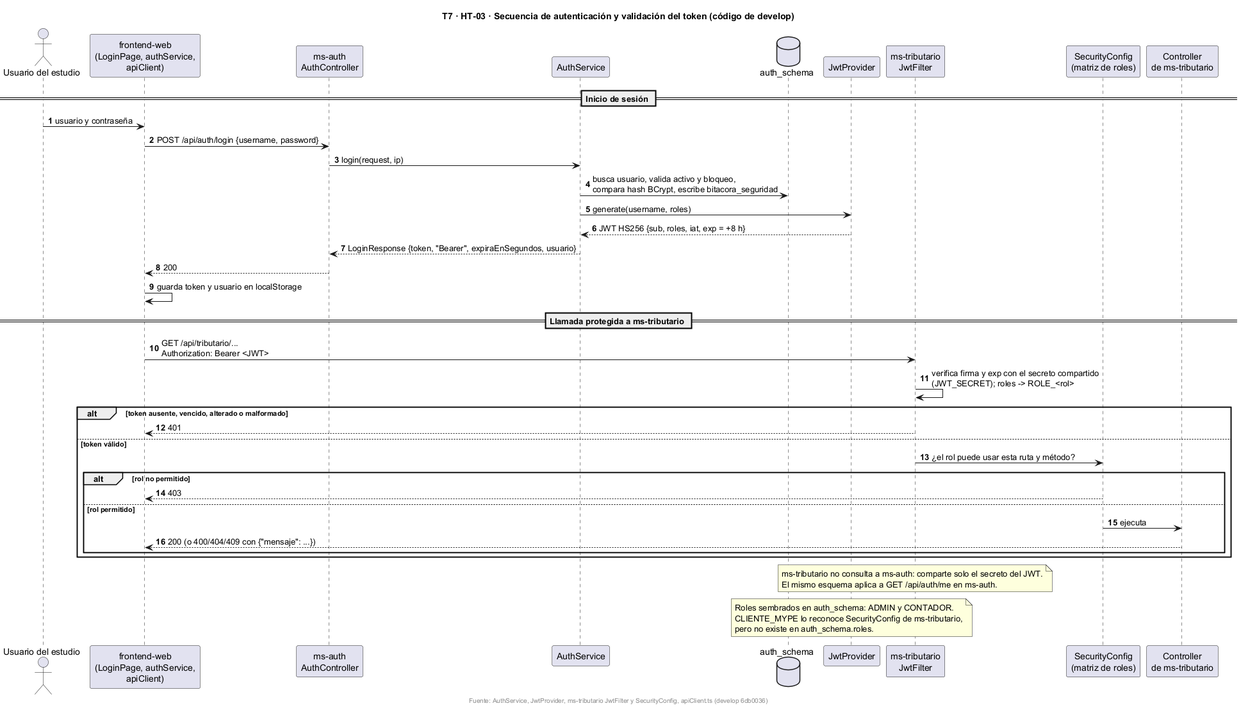
Earlier version of the PlantUML export docs/uml/img/T7-HT03-secuencia-login-token.png (fabianrodriguez33/plus-contable). Source of this version:
```plantuml
@startuml
title T7 · HT-03 · Secuencia de autenticación y validación del token (código de develop)
skinparam shadowing false
autonumber

actor "Usuario del estudio" as U
participant "frontend-web\n(LoginPage, authService,\napiClient)" as FE
participant "ms-auth\nAuthController" as AC
participant "AuthService" as AS
database "auth_schema" as DBA
participant "JwtProvider" as JP
participant "ms-tributario\nJwtFilter" as TF
participant "SecurityConfig\n(matriz de roles)" as SC
participant "Controller\nde ms-tributario" as TC

== Inicio de sesión ==
U -> FE : usuario y contraseña
FE -> AC : POST /api/auth/login {username, password}
AC -> AS : login(request, ip)
AS -> DBA : busca usuario, valida activo y bloqueo,\ncompara hash BCrypt, escribe bitacora_seguridad
AS -> JP : generate(username, roles)
JP --> AS : JWT HS256 {sub, roles, iat, exp = +8 h}
AS --> AC : LoginResponse {token, "Bearer", expiraEnSegundos, usuario}
AC --> FE : 200
FE -> FE : guarda token y usuario en localStorage

== Llamada protegida a ms-tributario ==
FE -> TF : GET /api/tributario/... \nAuthorization: Bearer <JWT>
TF -> TF : verifica firma y exp con el secreto compartido\n(JWT_SECRET); roles -> ROLE_<rol>
alt token ausente, vencido, alterado o malformado
  TF --> FE : 401
else token válido
  TF -> SC : ¿el rol puede usar esta ruta y método?
  alt rol no permitido
    SC --> FE : 403
  else rol permitido
    SC -> TC : ejecuta
    TC --> FE : 200 (o 400/404/409 con {"mensaje": ...})
  end
end

note over TF
  ms-tributario no consulta a ms-auth: comparte solo el secreto del JWT.
  El mismo esquema aplica a GET /api/auth/me en ms-auth.
end note
note over JP
  Roles sembrados en auth_schema: ADMIN y CONTADOR.
  CLIENTE_MYPE lo reconoce SecurityConfig de ms-tributario,
  pero no existe en auth_schema.roles.
end note

footer Fuente: AuthService, JwtProvider, ms-tributario JwtFilter y SecurityConfig, apiClient.ts (develop 6db0036)
@enduml
```
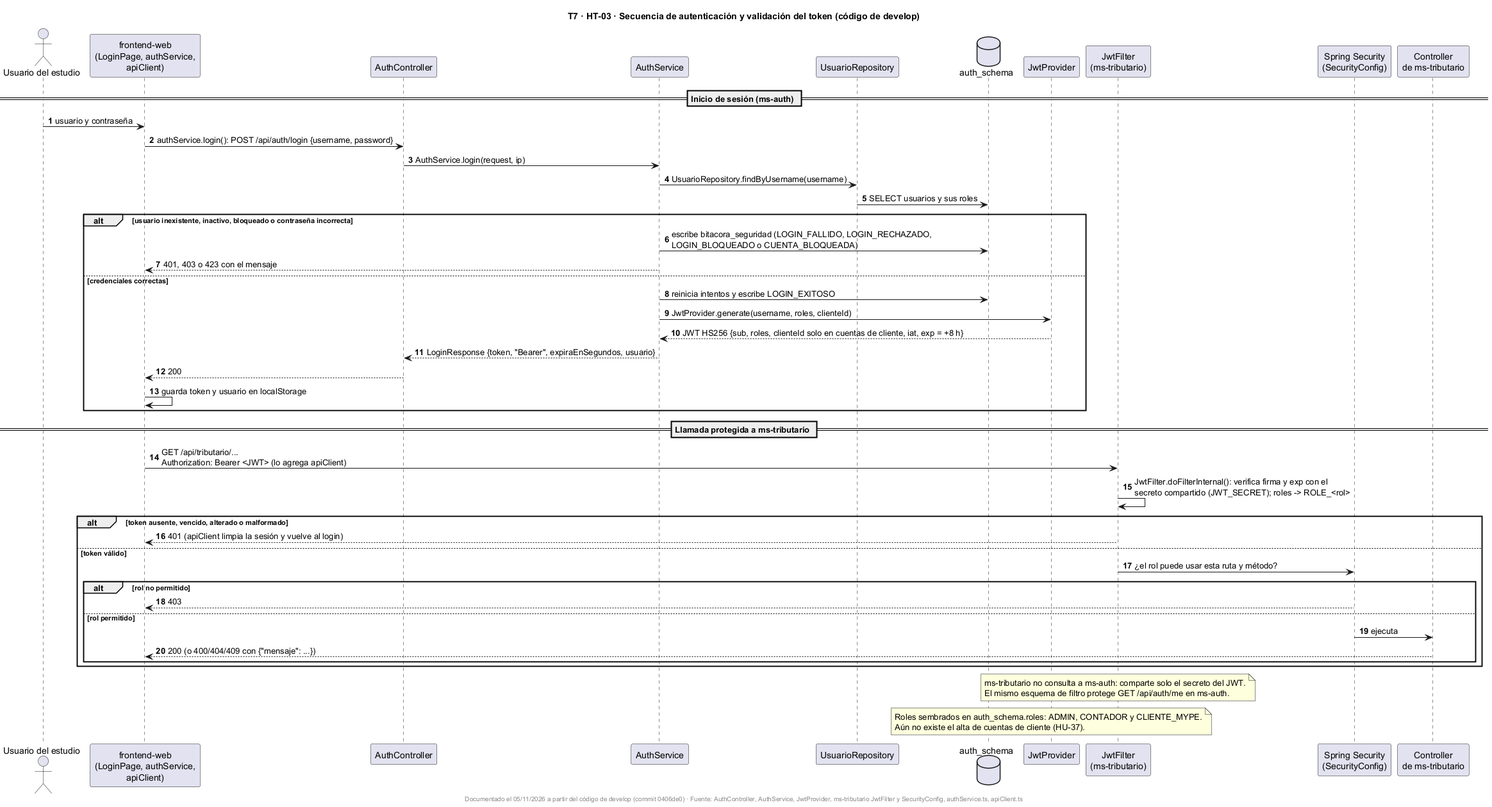
After the commit.

Commit message:
UML: HT-01 y HT-03 documentados a partir del codigo de develop (0406de0)

The edit, as a diff of the source:
```diff
@@ -5,30 +5,38 @@
 
 actor "Usuario del estudio" as U
 participant "frontend-web\n(LoginPage, authService,\napiClient)" as FE
-participant "ms-auth\nAuthController" as AC
+participant "AuthController" as AC
 participant "AuthService" as AS
+participant "UsuarioRepository" as UR
 database "auth_schema" as DBA
 participant "JwtProvider" as JP
-participant "ms-tributario\nJwtFilter" as TF
-participant "SecurityConfig\n(matriz de roles)" as SC
+participant "JwtFilter\n(ms-tributario)" as TF
+participant "Spring Security\n(SecurityConfig)" as SC
 participant "Controller\nde ms-tributario" as TC
 
-== Inicio de sesión ==
+== Inicio de sesión (ms-auth) ==
 U -> FE : usuario y contraseña
-FE -> AC : POST /api/auth/login {username, password}
-AC -> AS : login(request, ip)
-AS -> DBA : busca usuario, valida activo y bloqueo,\ncompara hash BCrypt, escribe bitacora_seguridad
-AS -> JP : generate(username, roles)
-JP --> AS : JWT HS256 {sub, roles, iat, exp = +8 h}
-AS --> AC : LoginResponse {token, "Bearer", expiraEnSegundos, usuario}
-AC --> FE : 200
-FE -> FE : guarda token y usuario en localStorage
+FE -> AC : authService.login(): POST /api/auth/login {username, password}
+AC -> AS : AuthService.login(request, ip)
+AS -> UR : UsuarioRepository.findByUsername(username)
+UR -> DBA : SELECT usuarios y sus roles
+alt usuario inexistente, inactivo, bloqueado o contraseña incorrecta
+  AS -> DBA : escribe bitacora_seguridad (LOGIN_FALLIDO, LOGIN_RECHAZADO,\nLOGIN_BLOQUEADO o CUENTA_BLOQUEADA)
+  AS --> FE : 401, 403 o 423 con el mensaje
+else credenciales correctas
+  AS -> DBA : reinicia intentos y escribe LOGIN_EXITOSO
+  AS -> JP : JwtProvider.generate(username, roles, clienteId)
+  JP --> AS : JWT HS256 {sub, roles, clienteId solo en cuentas de cliente, iat, exp = +8 h}
+  AS --> AC : LoginResponse {token, "Bearer", expiraEnSegundos, usuario}
+  AC --> FE : 200
+  FE -> FE : guarda token y usuario en localStorage
+end
 
 == Llamada protegida a ms-tributario ==
-FE -> TF : GET /api/tributario/... \nAuthorization: Bearer <JWT>
-TF -> TF : verifica firma y exp con el secreto compartido\n(JWT_SECRET); roles -> ROLE_<rol>
+FE -> TF : GET /api/tributario/...\nAuthorization: Bearer <JWT> (lo agrega apiClient)
+TF -> TF : JwtFilter.doFilterInternal(): verifica firma y exp con el\nsecreto compartido (JWT_SECRET); roles -> ROLE_<rol>
 alt token ausente, vencido, alterado o malformado
-  TF --> FE : 401
+  TF --> FE : 401 (apiClient limpia la sesión y vuelve al login)
 else token válido
   TF -> SC : ¿el rol puede usar esta ruta y método?
   alt rol no permitido
@@ -41,13 +49,12 @@
 
 note over TF
   ms-tributario no consulta a ms-auth: comparte solo el secreto del JWT.
-  El mismo esquema aplica a GET /api/auth/me en ms-auth.
+  El mismo esquema de filtro protege GET /api/auth/me en ms-auth.
 end note
 note over JP
-  Roles sembrados en auth_schema: ADMIN y CONTADOR.
-  CLIENTE_MYPE lo reconoce SecurityConfig de ms-tributario,
-  pero no existe en auth_schema.roles.
+  Roles sembrados en auth_schema.roles: ADMIN, CONTADOR y CLIENTE_MYPE.
+  Aún no existe el alta de cuentas de cliente (HU-37).
 end note
 
-footer Fuente: AuthService, JwtProvider, ms-tributario JwtFilter y SecurityConfig, apiClient.ts (develop 6db0036)
+footer Documentado el 05/11/2026 a partir del código de develop (commit 0406de0) · Fuente: AuthController, AuthService, JwtProvider, ms-tributario JwtFilter y SecurityConfig, authService.ts, apiClient.ts
 @enduml
```
